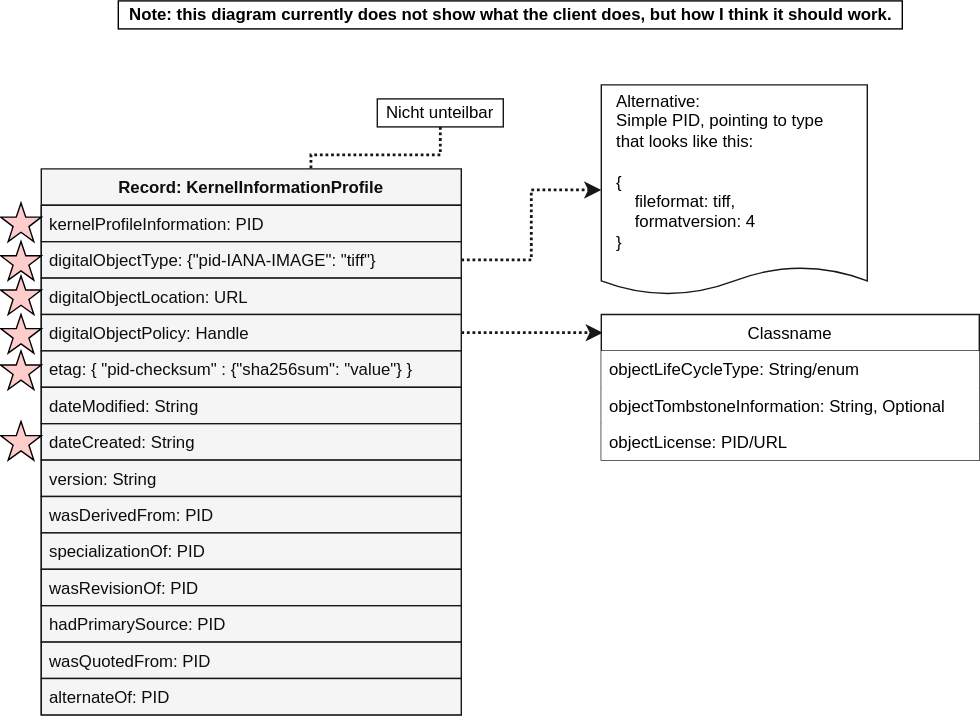
This is documentation/images/pageannotation_record.drawio.svg from kit-data-manager/testbed4inf, a draw.io export, as it was before one commit. Source tidied: cells renumbered, new cells last; positions are measured from the earlier drawing's top-left corner, leaving out a move shared by most shapes.
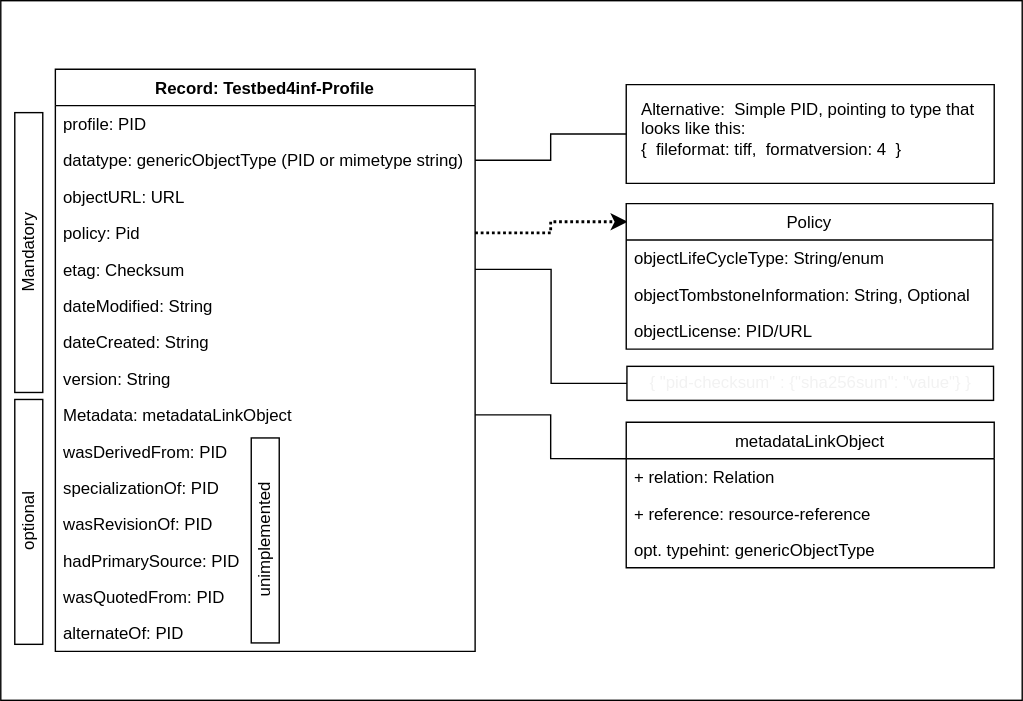
Later version of the same file.

Diff of the diagram source:
```diff
@@ -1,104 +1,108 @@
-<mxGraphModel background="#ffffff">
+<mxGraphModel>
   <root>
     <mxCell id="0" />
     <mxCell id="1" parent="0" />
+    <mxCell id="33" style="rounded=0;whiteSpace=wrap;html=1;" parent="1" vertex="1">
+      <mxGeometry x="-10" y="40" width="730" height="500" as="geometry" />
+    </mxCell>
-    <mxCell id="2" value="&lt;blockquote style=&quot;margin: 0 0 0 40px ; border: none ; padding: 0px&quot;&gt;&lt;/blockquote&gt;&lt;div style=&quot;text-align: left&quot;&gt;&lt;span&gt;Alternative:&lt;/span&gt;&lt;/div&gt;&lt;span&gt;&lt;div style=&quot;text-align: left&quot;&gt;&lt;span&gt;Simple PID, pointing to type that looks like this:&lt;/span&gt;&lt;/div&gt;&lt;/span&gt;&lt;div style=&quot;text-align: left&quot;&gt;&lt;br&gt;&lt;/div&gt;&lt;span&gt;&lt;div style=&quot;text-align: left&quot;&gt;&lt;span&gt;{&lt;/span&gt;&lt;/div&gt;&lt;/span&gt;&lt;span&gt;&lt;div style=&quot;text-align: left&quot;&gt;&lt;span&gt;&amp;nbsp; &amp;nbsp; fileformat: tiff,&lt;/span&gt;&lt;/div&gt;&lt;/span&gt;&lt;span&gt;&lt;div style=&quot;text-align: left&quot;&gt;&lt;span&gt;&amp;nbsp; &amp;nbsp; formatversion: 4&lt;/span&gt;&lt;/div&gt;&lt;/span&gt;&lt;div style=&quot;text-align: left&quot;&gt;&lt;span&gt;}&lt;/span&gt;&lt;/div&gt;&lt;p&gt;&lt;/p&gt;" style="shape=document;whiteSpace=wrap;html=1;boundedLbl=1;size=0.13333333333333333;strokeColor=#171717;fontColor=#000000;fillColor=#FFFFFF;labelBackgroundColor=none;spacingLeft=10;spacingRight=10;spacingTop=5;" parent="1" vertex="1">
-      <mxGeometry x="429" y="60" width="190" height="150" as="geometry" />
+    <mxCell id="2" value="&lt;blockquote style=&quot;margin: 0 0 0 40px ; border: none ; padding: 0px&quot;&gt;&lt;/blockquote&gt;&lt;div style=&quot;text-align: left&quot;&gt;&lt;span&gt;Alternative:&amp;nbsp;&lt;/span&gt;&lt;span&gt;Simple PID, pointing to type that looks like this:&lt;/span&gt;&lt;/div&gt;&lt;span&gt;&lt;div style=&quot;text-align: left&quot;&gt;&lt;span&gt;{&amp;nbsp;&lt;/span&gt;&lt;span&gt;fileformat: tiff,&amp;nbsp;&lt;/span&gt;&lt;span&gt;formatversion: 4&amp;nbsp;&lt;/span&gt;&lt;span&gt;}&lt;/span&gt;&lt;/div&gt;&lt;/span&gt;&lt;p&gt;&lt;/p&gt;" style="shape=document;whiteSpace=wrap;html=1;boundedLbl=1;size=0;labelBackgroundColor=none;spacingLeft=10;spacingRight=10;spacingTop=5;" parent="1" vertex="1">
+      <mxGeometry x="437" y="100" width="263" height="70.5" as="geometry" />
     </mxCell>
-    <mxCell id="3" style="edgeStyle=orthogonalEdgeStyle;rounded=0;jettySize=auto;html=1;exitX=1;exitY=0.5;exitDx=0;exitDy=0;entryX=0;entryY=0.5;entryDx=0;entryDy=0;strokeWidth=2;strokeColor=#171717;fontColor=#0D0D0D;dashed=1;dashPattern=1 1;" parent="1" edge="1" source="10" target="2">
+    <mxCell id="3" style="edgeStyle=orthogonalEdgeStyle;rounded=0;jettySize=auto;html=1;exitX=1;exitY=0.5;exitDx=0;exitDy=0;entryX=0;entryY=0.5;entryDx=0;entryDy=0;strokeWidth=1;fontColor=#0D0D0D;endArrow=none;endFill=0;" parent="1" edge="1" source="10" target="2">
       <mxGeometry relative="1" as="geometry" />
     </mxCell>
-    <mxCell id="4" style="edgeStyle=orthogonalEdgeStyle;rounded=0;jettySize=auto;html=1;exitX=0.5;exitY=1;exitDx=0;exitDy=0;entryX=0.642;entryY=0.013;entryDx=0;entryDy=0;entryPerimeter=0;strokeColor=#171717;strokeWidth=2;fontColor=#000000;dashed=1;dashPattern=1 1;" parent="1" edge="1" source="5" target="10">
-      <mxGeometry relative="1" as="geometry">
-        <Array as="points">
-          <mxPoint x="314" y="110" />
-          <mxPoint x="222" y="110" />
-        </Array>
-      </mxGeometry>
-    </mxCell>
-    <mxCell id="5" value="Nicht unteilbar" style="rounded=0;whiteSpace=wrap;html=1;labelBackgroundColor=none;strokeColor=#171717;fillColor=#FFFFFF;fontColor=#000000;" parent="1" vertex="1">
-      <mxGeometry x="269" y="70" width="90" height="20" as="geometry" />
-    </mxCell>
-    <mxCell id="6" style="edgeStyle=orthogonalEdgeStyle;rounded=0;jettySize=auto;html=1;entryX=0.004;entryY=0.125;entryDx=0;entryDy=0;entryPerimeter=0;dashed=1;dashPattern=1 1;strokeColor=#171717;strokeWidth=2;fontColor=#000000;" parent="1" edge="1" source="12" target="23">
+    <mxCell id="6" style="edgeStyle=orthogonalEdgeStyle;rounded=0;jettySize=auto;html=1;entryX=0.004;entryY=0.125;entryDx=0;entryDy=0;entryPerimeter=0;dashed=1;dashPattern=1 1;strokeWidth=2;fontColor=#000000;exitX=1;exitY=0.5;exitDx=0;exitDy=0;" parent="1" edge="1" source="12" target="23">
       <mxGeometry relative="1" as="geometry" />
     </mxCell>
-    <mxCell id="7" value="&lt;b&gt;Note: this diagram currently does not show what the client does, but how I think it should work.&lt;/b&gt;" style="text;html=1;align=center;verticalAlign=middle;fontColor=#000000;fillColor=#ffffff;strokeColor=#000000;" parent="1" vertex="1">
-      <mxGeometry x="84" width="560" height="20" as="geometry" />
-    </mxCell>
+    <mxCell id="34" value="&lt;span style=&quot;text-align: left&quot;&gt;&lt;font color=&quot;#f2f2f2&quot;&gt;{ &quot;pid-checksum&quot; : {&quot;sha256sum&quot;: &quot;value&quot;} }&lt;/font&gt;&lt;/span&gt;" style="rounded=0;whiteSpace=wrap;html=1;" parent="1" vertex="1">
+      <mxGeometry x="437.5" y="301.3" width="262" height="24.3" as="geometry" />
+    </mxCell>
+    <mxCell id="35" style="edgeStyle=orthogonalEdgeStyle;rounded=0;jettySize=auto;html=1;entryX=0;entryY=0.5;entryDx=0;entryDy=0;endArrow=none;endFill=0;" parent="1" edge="1" source="13" target="34">
+      <mxGeometry relative="1" as="geometry" />
+    </mxCell>
-    <mxCell id="8" value="Record: KernelInformationProfile" style="swimlane;fontStyle=1;horizontal=1;startSize=26;strokeColor=#171717;fontColor=#0D0D0D;fillColor=#F5F5F5;" parent="1" vertex="1">
-      <mxGeometry x="29" y="120" width="300" height="390" as="geometry" />
+    <mxCell id="8" value="Record: Testbed4inf-Profile" style="swimlane;fontStyle=1;horizontal=1;startSize=26;" parent="1" vertex="1">
+      <mxGeometry x="29" y="89" width="300" height="416" as="geometry" />
     </mxCell>
-    <mxCell id="9" value="kernelProfileInformation: PID" style="text;align=left;verticalAlign=top;spacingLeft=4;spacingRight=4;overflow=hidden;strokeColor=#171717;fontColor=#0D0D0D;fillColor=#F5F5F5;" parent="8" vertex="1">
+    <mxCell id="9" value="profile: PID" style="text;align=left;verticalAlign=top;spacingLeft=4;spacingRight=4;overflow=hidden;" parent="8" vertex="1">
       <mxGeometry y="26" width="300" height="26" as="geometry" />
     </mxCell>
-    <mxCell id="10" value="digitalObjectType: {&quot;pid-IANA-IMAGE&quot;: &quot;tiff&quot;}" style="text;align=left;verticalAlign=top;spacingLeft=4;spacingRight=4;overflow=hidden;points=[[0,0.5],[1,0.5]];portConstraint=eastwest;strokeColor=#171717;fontColor=#0D0D0D;fillColor=#F5F5F5;" parent="8" vertex="1">
+    <mxCell id="10" value="datatype: genericObjectType (PID or mimetype string)" style="text;align=left;verticalAlign=top;spacingLeft=4;spacingRight=4;overflow=hidden;points=[[0,0.5],[1,0.5]];portConstraint=eastwest;" parent="8" vertex="1">
       <mxGeometry y="52" width="300" height="26" as="geometry" />
     </mxCell>
-    <mxCell id="11" value="digitalObjectLocation: URL" style="text;align=left;verticalAlign=top;spacingLeft=4;spacingRight=4;overflow=hidden;strokeColor=#171717;fontColor=#0D0D0D;fillColor=#F5F5F5;" parent="8" vertex="1">
+    <mxCell id="11" value="objectURL: URL" style="text;align=left;verticalAlign=top;spacingLeft=4;spacingRight=4;overflow=hidden;" parent="8" vertex="1">
       <mxGeometry y="78" width="300" height="26" as="geometry" />
     </mxCell>
-    <mxCell id="12" value="digitalObjectPolicy: Handle" style="text;align=left;verticalAlign=top;spacingLeft=4;spacingRight=4;overflow=hidden;points=[[0,0.5],[1,0.5]];portConstraint=eastwest;strokeColor=#171717;fontColor=#0D0D0D;fillColor=#F5F5F5;" parent="8" vertex="1">
+    <mxCell id="12" value="policy: Pid" style="text;align=left;verticalAlign=top;spacingLeft=4;spacingRight=4;overflow=hidden;points=[[0,0.5],[1,0.5]];portConstraint=eastwest;" parent="8" vertex="1">
       <mxGeometry y="104" width="300" height="26" as="geometry" />
     </mxCell>
-    <mxCell id="13" value="etag: { &quot;pid-checksum&quot; : {&quot;sha256sum&quot;: &quot;value&quot;} }" style="text;align=left;verticalAlign=top;spacingLeft=4;spacingRight=4;overflow=hidden;points=[[0,0.5],[1,0.5]];portConstraint=eastwest;strokeColor=#171717;fontColor=#0D0D0D;fillColor=#F5F5F5;" parent="8" vertex="1">
+    <mxCell id="13" value="etag: Checksum" style="text;align=left;verticalAlign=top;spacingLeft=4;spacingRight=4;overflow=hidden;points=[[0,0.5],[1,0.5]];portConstraint=eastwest;" parent="8" vertex="1">
       <mxGeometry y="130" width="300" height="26" as="geometry" />
     </mxCell>
-    <mxCell id="14" value="dateModified: String" style="text;align=left;verticalAlign=top;spacingLeft=4;spacingRight=4;overflow=hidden;strokeColor=#171717;fontColor=#0D0D0D;fillColor=#F5F5F5;" parent="8" vertex="1">
+    <mxCell id="14" value="dateModified: String" style="text;align=left;verticalAlign=top;spacingLeft=4;spacingRight=4;overflow=hidden;" parent="8" vertex="1">
       <mxGeometry y="156" width="300" height="26" as="geometry" />
     </mxCell>
-    <mxCell id="15" value="dateCreated: String" style="text;align=left;verticalAlign=top;spacingLeft=4;spacingRight=4;overflow=hidden;strokeColor=#171717;fontColor=#0D0D0D;fillColor=#F5F5F5;" parent="8" vertex="1">
+    <mxCell id="15" value="dateCreated: String" style="text;align=left;verticalAlign=top;spacingLeft=4;spacingRight=4;overflow=hidden;" parent="8" vertex="1">
       <mxGeometry y="182" width="300" height="26" as="geometry" />
     </mxCell>
-    <mxCell id="16" value="version: String" style="text;align=left;verticalAlign=top;spacingLeft=4;spacingRight=4;overflow=hidden;strokeColor=#171717;fontColor=#0D0D0D;fillColor=#F5F5F5;" parent="8" vertex="1">
+    <mxCell id="16" value="version: String" style="text;align=left;verticalAlign=top;spacingLeft=4;spacingRight=4;overflow=hidden;" parent="8" vertex="1">
       <mxGeometry y="208" width="300" height="26" as="geometry" />
     </mxCell>
+    <mxCell id="36" value="Metadata: metadataLinkObject" style="text;align=left;verticalAlign=top;spacingLeft=4;spacingRight=4;overflow=hidden;points=[[0,0.5],[1,0.5]];portConstraint=eastwest;" parent="8" vertex="1">
+      <mxGeometry y="234" width="300" height="26" as="geometry" />
+    </mxCell>
-    <mxCell id="17" value="wasDerivedFrom: PID" style="text;align=left;verticalAlign=top;spacingLeft=4;spacingRight=4;overflow=hidden;strokeColor=#171717;fontColor=#0D0D0D;fillColor=#F5F5F5;" parent="8" vertex="1">
-      <mxGeometry y="234" width="300" height="26" as="geometry" />
+    <mxCell id="17" value="wasDerivedFrom: PID" style="text;align=left;verticalAlign=top;spacingLeft=4;spacingRight=4;overflow=hidden;" parent="8" vertex="1">
+      <mxGeometry y="260" width="300" height="26" as="geometry" />
     </mxCell>
-    <mxCell id="18" value="specializationOf: PID" style="text;align=left;verticalAlign=top;spacingLeft=4;spacingRight=4;overflow=hidden;strokeColor=#171717;fontColor=#0D0D0D;fillColor=#F5F5F5;" parent="8" vertex="1">
-      <mxGeometry y="260" width="300" height="26" as="geometry" />
+    <mxCell id="18" value="specializationOf: PID" style="text;align=left;verticalAlign=top;spacingLeft=4;spacingRight=4;overflow=hidden;" parent="8" vertex="1">
+      <mxGeometry y="286" width="300" height="26" as="geometry" />
     </mxCell>
-    <mxCell id="19" value="wasRevisionOf: PID" style="text;align=left;verticalAlign=top;spacingLeft=4;spacingRight=4;overflow=hidden;strokeColor=#171717;fontColor=#0D0D0D;fillColor=#F5F5F5;" parent="8" vertex="1">
-      <mxGeometry y="286" width="300" height="26" as="geometry" />
+    <mxCell id="19" value="wasRevisionOf: PID" style="text;align=left;verticalAlign=top;spacingLeft=4;spacingRight=4;overflow=hidden;" parent="8" vertex="1">
+      <mxGeometry y="312" width="300" height="26" as="geometry" />
     </mxCell>
-    <mxCell id="20" value="hadPrimarySource: PID" style="text;align=left;verticalAlign=top;spacingLeft=4;spacingRight=4;overflow=hidden;strokeColor=#171717;fontColor=#0D0D0D;fillColor=#F5F5F5;" parent="8" vertex="1">
-      <mxGeometry y="312" width="300" height="26" as="geometry" />
+    <mxCell id="20" value="hadPrimarySource: PID" style="text;align=left;verticalAlign=top;spacingLeft=4;spacingRight=4;overflow=hidden;" parent="8" vertex="1">
+      <mxGeometry y="338" width="300" height="26" as="geometry" />
     </mxCell>
-    <mxCell id="21" value="wasQuotedFrom: PID" style="text;align=left;verticalAlign=top;spacingLeft=4;spacingRight=4;overflow=hidden;strokeColor=#171717;fontColor=#0D0D0D;fillColor=#F5F5F5;" parent="8" vertex="1">
-      <mxGeometry y="338" width="300" height="26" as="geometry" />
+    <mxCell id="21" value="wasQuotedFrom: PID" style="text;align=left;verticalAlign=top;spacingLeft=4;spacingRight=4;overflow=hidden;" parent="8" vertex="1">
+      <mxGeometry y="364" width="300" height="26" as="geometry" />
     </mxCell>
-    <mxCell id="22" value="alternateOf: PID" style="text;align=left;verticalAlign=top;spacingLeft=4;spacingRight=4;overflow=hidden;strokeColor=#171717;fontColor=#0D0D0D;fillColor=#F5F5F5;" parent="8" vertex="1">
-      <mxGeometry y="364" width="300" height="26" as="geometry" />
+    <mxCell id="22" value="alternateOf: PID" style="text;align=left;verticalAlign=top;spacingLeft=4;spacingRight=4;overflow=hidden;" parent="8" vertex="1">
+      <mxGeometry y="390" width="300" height="26" as="geometry" />
     </mxCell>
+    <mxCell id="37" style="edgeStyle=orthogonalEdgeStyle;rounded=0;jettySize=auto;html=1;endArrow=none;endFill=0;strokeWidth=1;entryX=0;entryY=0.25;entryDx=0;entryDy=0;" parent="1" edge="1" source="36" target="41">
+      <mxGeometry relative="1" as="geometry" />
+    </mxCell>
+    <mxCell id="38" value="Mandatory" style="rounded=0;whiteSpace=wrap;html=1;rotation=-90;" parent="1" vertex="1">
+      <mxGeometry x="-90" y="210" width="200" height="20" as="geometry" />
+    </mxCell>
+    <mxCell id="39" value="optional" style="rounded=0;whiteSpace=wrap;html=1;rotation=-90;" parent="1" vertex="1">
+      <mxGeometry x="-77.5" y="402.5" width="175" height="20" as="geometry" />
+    </mxCell>
+    <mxCell id="40" value="unimplemented" style="rounded=0;whiteSpace=wrap;html=1;rotation=-90;" parent="1" vertex="1">
+      <mxGeometry x="105.8" y="415.8" width="146.5" height="20" as="geometry" />
+    </mxCell>
-    <mxCell id="23" value="Classname" style="swimlane;fontStyle=0;horizontal=1;startSize=26;fillColor=#FFFFFF;labelBackgroundColor=none;strokeColor=#171717;fontColor=#000000;" parent="1" vertex="1">
-      <mxGeometry x="429" y="224" width="270" height="104" as="geometry" />
+    <mxCell id="23" value="Policy" style="swimlane;fontStyle=0;horizontal=1;startSize=26;labelBackgroundColor=none;" parent="1" vertex="1">
+      <mxGeometry x="437" y="185" width="262" height="104" as="geometry" />
     </mxCell>
-    <mxCell id="24" value="objectLifeCycleType: String/enum&#10;&#9;&#9;" style="text;strokeColor=none;fillColor=#FFFFFF;align=left;verticalAlign=top;spacingLeft=4;spacingRight=4;overflow=hidden;fontColor=#000000;" parent="23" vertex="1">
-      <mxGeometry y="26" width="270" height="26" as="geometry" />
+    <mxCell id="24" value="objectLifeCycleType: String/enum&#10;&#9;&#9;" style="text;align=left;verticalAlign=top;spacingLeft=4;spacingRight=4;overflow=hidden;" parent="23" vertex="1">
+      <mxGeometry y="26" width="262" height="26" as="geometry" />
     </mxCell>
-    <mxCell id="25" value="objectTombstoneInformation: String, Optional&#10;&#9;&#9;" style="text;strokeColor=none;fillColor=#FFFFFF;align=left;verticalAlign=top;spacingLeft=4;spacingRight=4;overflow=hidden;fontColor=#000000;" parent="23" vertex="1">
-      <mxGeometry y="52" width="270" height="26" as="geometry" />
+    <mxCell id="25" value="objectTombstoneInformation: String, Optional&#10;&#9;&#9;" style="text;align=left;verticalAlign=top;spacingLeft=4;spacingRight=4;overflow=hidden;" parent="23" vertex="1">
+      <mxGeometry y="52" width="262" height="26" as="geometry" />
     </mxCell>
-    <mxCell id="26" value="objectLicense: PID/URL" style="text;strokeColor=none;fillColor=#FFFFFF;align=left;verticalAlign=top;spacingLeft=4;spacingRight=4;overflow=hidden;fontColor=#000000;" parent="23" vertex="1">
-      <mxGeometry y="78" width="270" height="26" as="geometry" />
+    <mxCell id="26" value="objectLicense: PID/URL" style="text;align=left;verticalAlign=top;spacingLeft=4;spacingRight=4;overflow=hidden;" parent="23" vertex="1">
+      <mxGeometry y="78" width="262" height="26" as="geometry" />
     </mxCell>
-    <mxCell id="27" style="verticalLabelPosition=bottom;verticalAlign=top;html=1;shape=mxgraph.basic.star;labelBackgroundColor=none;strokeColor=#000000;strokeWidth=1;fillColor=#FFCCCC;fontSize=76;fontColor=#000000;" parent="1" vertex="1">
-      <mxGeometry y="300.4" width="29" height="27.6" as="geometry" />
-    </mxCell>
-    <mxCell id="28" style="verticalLabelPosition=bottom;verticalAlign=top;html=1;shape=mxgraph.basic.star;labelBackgroundColor=none;strokeColor=#000000;strokeWidth=1;fillColor=#FFCCCC;fontSize=76;fontColor=#000000;" parent="1" vertex="1">
-      <mxGeometry y="250" width="29" height="27.6" as="geometry" />
-    </mxCell>
-    <mxCell id="29" style="verticalLabelPosition=bottom;verticalAlign=top;html=1;shape=mxgraph.basic.star;labelBackgroundColor=none;strokeColor=#000000;strokeWidth=1;fillColor=#FFCCCC;fontSize=76;fontColor=#000000;" parent="1" vertex="1">
-      <mxGeometry y="224" width="29" height="27.6" as="geometry" />
-    </mxCell>
-    <mxCell id="30" style="verticalLabelPosition=bottom;verticalAlign=top;html=1;shape=mxgraph.basic.star;labelBackgroundColor=none;strokeColor=#000000;strokeWidth=1;fillColor=#FFCCCC;fontSize=76;fontColor=#000000;" parent="1" vertex="1">
-      <mxGeometry y="196.4" width="29" height="27.6" as="geometry" />
-    </mxCell>
-    <mxCell id="31" style="verticalLabelPosition=bottom;verticalAlign=top;html=1;shape=mxgraph.basic.star;labelBackgroundColor=none;strokeColor=#000000;strokeWidth=1;fillColor=#FFCCCC;fontSize=76;fontColor=#000000;" parent="1" vertex="1">
-      <mxGeometry y="171.9" width="29" height="27.6" as="geometry" />
-    </mxCell>
-    <mxCell id="32" style="verticalLabelPosition=bottom;verticalAlign=top;html=1;shape=mxgraph.basic.star;labelBackgroundColor=none;strokeColor=#000000;strokeWidth=1;fillColor=#FFCCCC;fontSize=76;fontColor=#000000;" parent="1" vertex="1">
-      <mxGeometry y="144.3" width="29" height="27.6" as="geometry" />
-    </mxCell>
+    <mxCell id="41" value="metadataLinkObject" style="swimlane;fontStyle=0;horizontal=1;startSize=26;" parent="1" vertex="1">
+      <mxGeometry x="437" y="341.3" width="263" height="104" as="geometry" />
+    </mxCell>
+    <mxCell id="42" value="+ relation: Relation" style="text;align=left;verticalAlign=top;spacingLeft=4;spacingRight=4;overflow=hidden;" parent="41" vertex="1">
+      <mxGeometry y="26" width="263" height="26" as="geometry" />
+    </mxCell>
+    <mxCell id="43" value="+ reference: resource-reference" style="text;align=left;verticalAlign=top;spacingLeft=4;spacingRight=4;overflow=hidden;" parent="41" vertex="1">
+      <mxGeometry y="52" width="263" height="26" as="geometry" />
+    </mxCell>
+    <mxCell id="44" value="opt. typehint: genericObjectType" style="text;strokeColor=none;fillColor=none;align=left;verticalAlign=top;spacingLeft=4;spacingRight=4;overflow=hidden;" parent="41" vertex="1">
+      <mxGeometry y="78" width="263" height="26" as="geometry" />
+    </mxCell>
   </root>
 </mxGraphModel>
```
